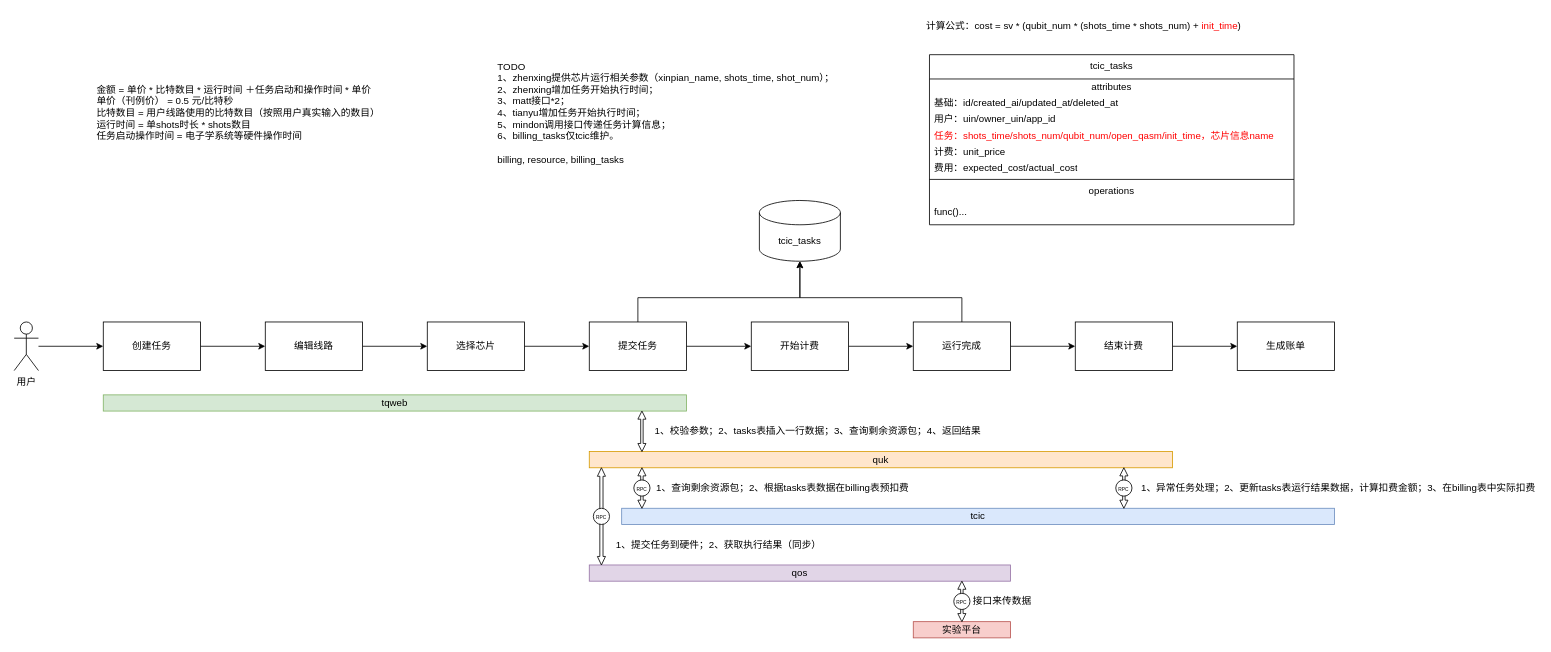
The draw.io diagram page "数据流相关" (2 of 2) of draft/project-2/未命名绘图.drawio in mattshhuang/draw-io, before the edit. Source tidied: cells renumbered, new cells numbered last; positions are measured from the earlier drawing's top-left corner, leaving out a move shared by most shapes. Both pictures are drawn from the tidied source at 81%, with x=0, y=0 at pixel (14, 14).
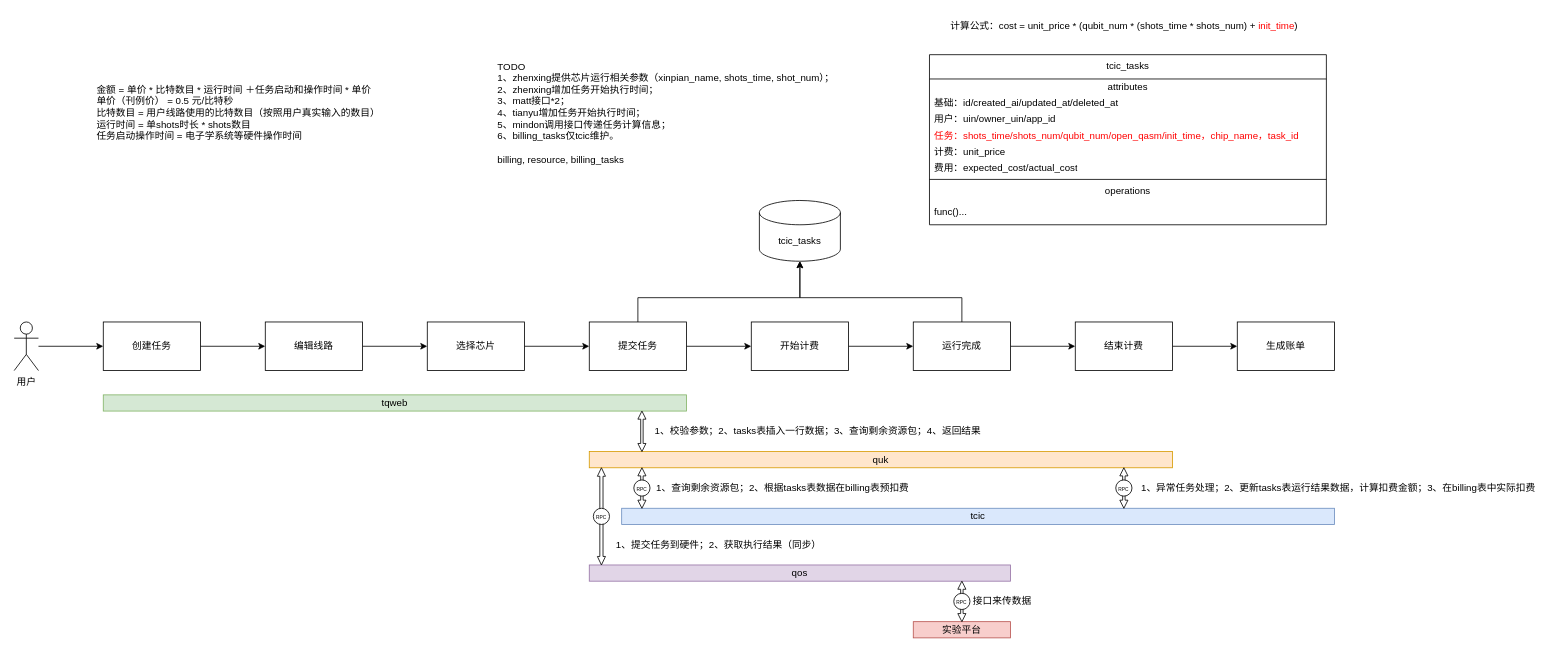
The same page after the edit.

Commit message:
更新未命名绘图.drawio

Diff of the diagram source:
```diff
@@
     <mxCell id="34" value="tcic_tasks" style="swimlane;fontStyle=0;align=center;verticalAlign=top;horizontal=1;startSize=30;html=1;whiteSpace=wrap;" parent="1" vertex="1">
-      <mxGeometry x="1130" y="50" width="450" height="210" as="geometry" />
+      <mxGeometry x="1130" y="50" width="490" height="210" as="geometry" />
     </mxCell>
     <mxCell id="35" value="attributes" style="text;html=1;strokeColor=none;fillColor=none;align=center;verticalAlign=middle;spacingLeft=4;spacingRight=4;overflow=hidden;whiteSpace=wrap;" parent="34" vertex="1">
-      <mxGeometry y="30" width="450" height="20" as="geometry" />
+      <mxGeometry y="30" width="490" height="20" as="geometry" />
     </mxCell>
     <mxCell id="36" value="基础：id/created_ai/updated_at/deleted_at" style="text;html=1;strokeColor=none;fillColor=none;align=left;verticalAlign=middle;spacingLeft=4;spacingRight=4;overflow=hidden;whiteSpace=wrap;" parent="34" vertex="1">
-      <mxGeometry y="50" width="450" height="20" as="geometry" />
+      <mxGeometry y="50" width="490" height="20" as="geometry" />
     </mxCell>
     <mxCell id="37" value="&lt;font color=&quot;#000000&quot;&gt;用户：uin/owner_uin/app_id&lt;/font&gt;" style="text;html=1;strokeColor=none;fillColor=none;align=left;verticalAlign=middle;spacingLeft=4;spacingRight=4;overflow=hidden;fontColor=#808080;whiteSpace=wrap;" parent="34" vertex="1">
-      <mxGeometry y="70" width="450" height="20" as="geometry" />
+      <mxGeometry y="70" width="490" height="20" as="geometry" />
     </mxCell>
-    <mxCell id="38" value="&lt;font color=&quot;#ff0000&quot;&gt;任务：shots_time/shots_num/qubit_num/open_qasm/init_time，芯片信息name&lt;/font&gt;" style="text;html=1;strokeColor=none;fillColor=none;align=left;verticalAlign=middle;spacingLeft=4;spacingRight=4;overflow=hidden;fontColor=#808080;whiteSpace=wrap;" parent="34" vertex="1">
-      <mxGeometry y="90" width="450" height="20" as="geometry" />
+    <mxCell id="38" value="&lt;font color=&quot;#ff0000&quot;&gt;任务：shots_time/shots_num/qubit_num/open_qasm/init_time，chip_name，task_id&lt;/font&gt;" style="text;html=1;strokeColor=none;fillColor=none;align=left;verticalAlign=middle;spacingLeft=4;spacingRight=4;overflow=hidden;fontColor=#808080;whiteSpace=wrap;" parent="34" vertex="1">
+      <mxGeometry y="90" width="490" height="20" as="geometry" />
     </mxCell>
     <mxCell id="39" value="&lt;font color=&quot;#000000&quot;&gt;计费：unit_price&lt;/font&gt;" style="text;html=1;strokeColor=none;fillColor=none;align=left;verticalAlign=middle;spacingLeft=4;spacingRight=4;overflow=hidden;fontColor=#808080;whiteSpace=wrap;" parent="34" vertex="1">
-      <mxGeometry y="110" width="450" height="20" as="geometry" />
+      <mxGeometry y="110" width="490" height="20" as="geometry" />
     </mxCell>
     <mxCell id="40" value="&lt;font color=&quot;#000000&quot;&gt;费用：expected_cost/actual_cost&lt;/font&gt;" style="text;html=1;strokeColor=none;fillColor=none;align=left;verticalAlign=middle;spacingLeft=4;spacingRight=4;overflow=hidden;fontColor=#808080;whiteSpace=wrap;" parent="34" vertex="1">
-      <mxGeometry y="130" width="450" height="20" as="geometry" />
+      <mxGeometry y="130" width="490" height="20" as="geometry" />
     </mxCell>
     <mxCell id="41" style="line;strokeWidth=1;fillColor=none;align=left;verticalAlign=middle;spacingTop=-1;spacingLeft=3;spacingRight=3;labelPosition=right;" parent="34" vertex="1">
-      <mxGeometry y="150" width="450" height="8" as="geometry" />
+      <mxGeometry y="150" width="490" height="8" as="geometry" />
     </mxCell>
     <mxCell id="42" value="operations" style="text;html=1;strokeColor=none;fillColor=none;align=center;verticalAlign=middle;spacingLeft=4;spacingRight=4;overflow=hidden;whiteSpace=wrap;" parent="34" vertex="1">
-      <mxGeometry y="158" width="450" height="20" as="geometry" />
+      <mxGeometry y="158" width="490" height="20" as="geometry" />
     </mxCell>
     <mxCell id="43" value="func()..." style="text;html=1;strokeColor=none;fillColor=none;align=left;verticalAlign=middle;spacingLeft=4;spacingRight=4;overflow=hidden;whiteSpace=wrap;" parent="34" vertex="1">
-      <mxGeometry y="178" width="450" height="32" as="geometry" />
+      <mxGeometry y="178" width="490" height="32" as="geometry" />
     </mxCell>
-    <mxCell id="44" value="&lt;div&gt;计算公式：cost = sv * (qubit_num * (shots_time * shots_num) + &lt;font color=&quot;#ff0000&quot;&gt;init_time&lt;/font&gt;)&lt;/div&gt;" style="text;html=1;align=center;verticalAlign=middle;strokeColor=none;fillColor=none;" parent="1" vertex="1">
-      <mxGeometry x="1115" width="410" height="30" as="geometry" />
+    <mxCell id="44" value="&lt;div&gt;计算公式：cost =&amp;nbsp;unit_price&amp;nbsp;* (qubit_num * (shots_time * shots_num) + &lt;font color=&quot;#ff0000&quot;&gt;init_time&lt;/font&gt;)&lt;/div&gt;" style="text;html=1;align=center;verticalAlign=middle;strokeColor=none;fillColor=none;" parent="1" vertex="1">
+      <mxGeometry x="1145" width="450" height="30" as="geometry" />
     </mxCell>
```
